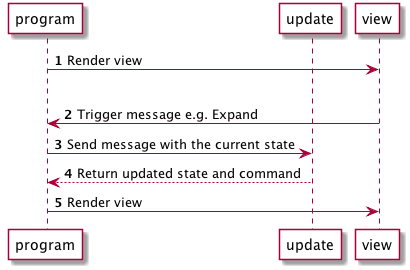
Before: pt-br/02-elm-arch/04-flow.png, a diagram exported from PlantUML (narley/elm-tutorial). Its source is kept beside it as pt-br/02-elm-arch/04-flow.pu.
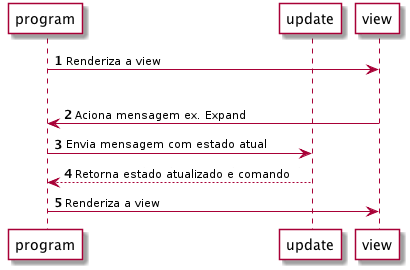
The same file after the commit.

Commit message:
feat(pt-br): translate 04-flow files

What changed in the source:
```diff
@@ -4,10 +4,10 @@
 participant update #white
 participant view #white
 
-program -> view : Render view
+program -> view : Renderiza a view
 |||
-view -> program : Trigger message e.g. Expand
-program -> update : Send message with the current state
-update --> program : Return updated state and command
-program -> view : Render view
+view -> program : Aciona mensagem ex. Expand
+program -> update : Envia mensagem com estado atual
+update --> program : Retorna estado atualizado e comando
+program -> view : Renderiza a view
 @enduml
```
